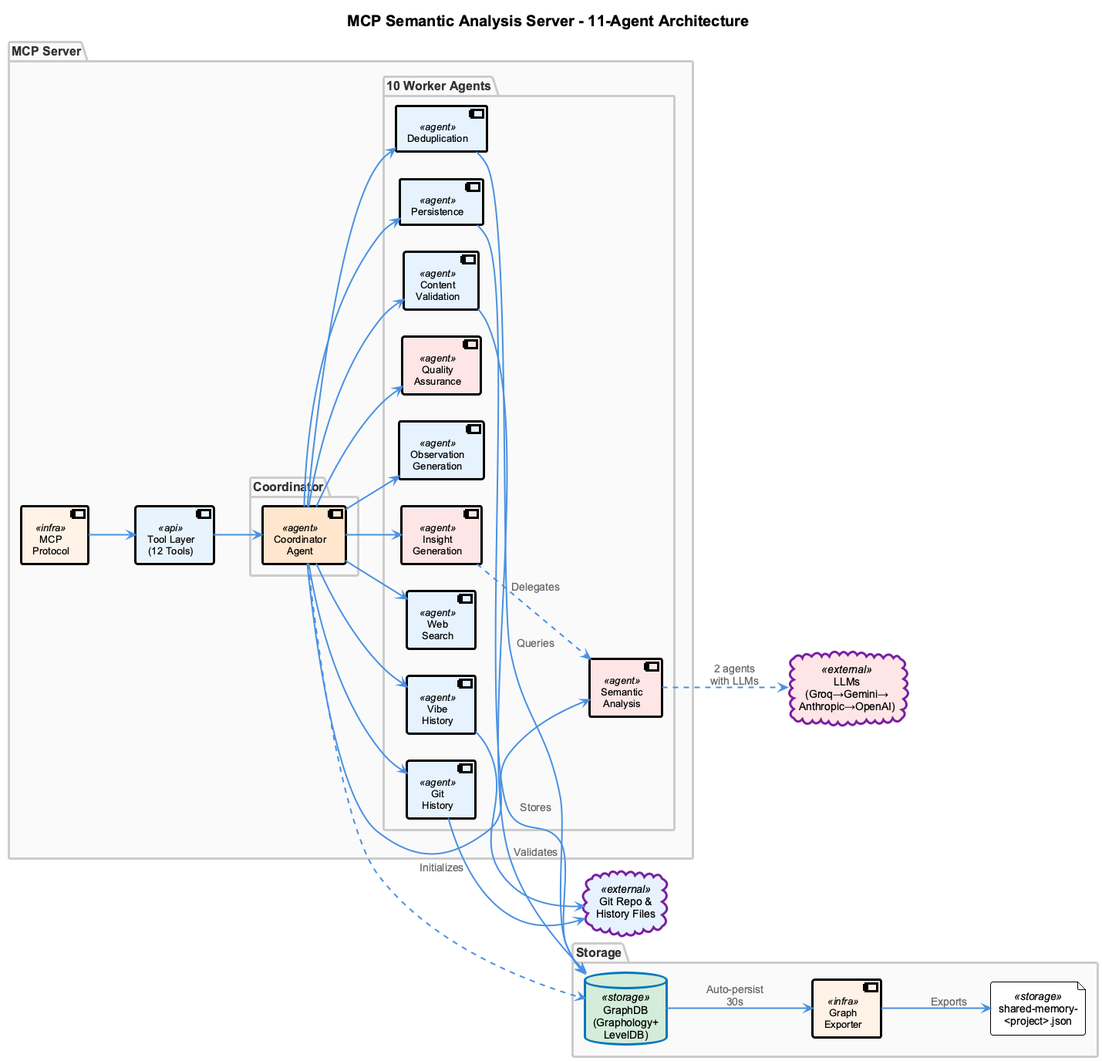
The PlantUML diagram docs/presentation/images/mcp-server-architecture.png in fwornle/coding, before a commit.
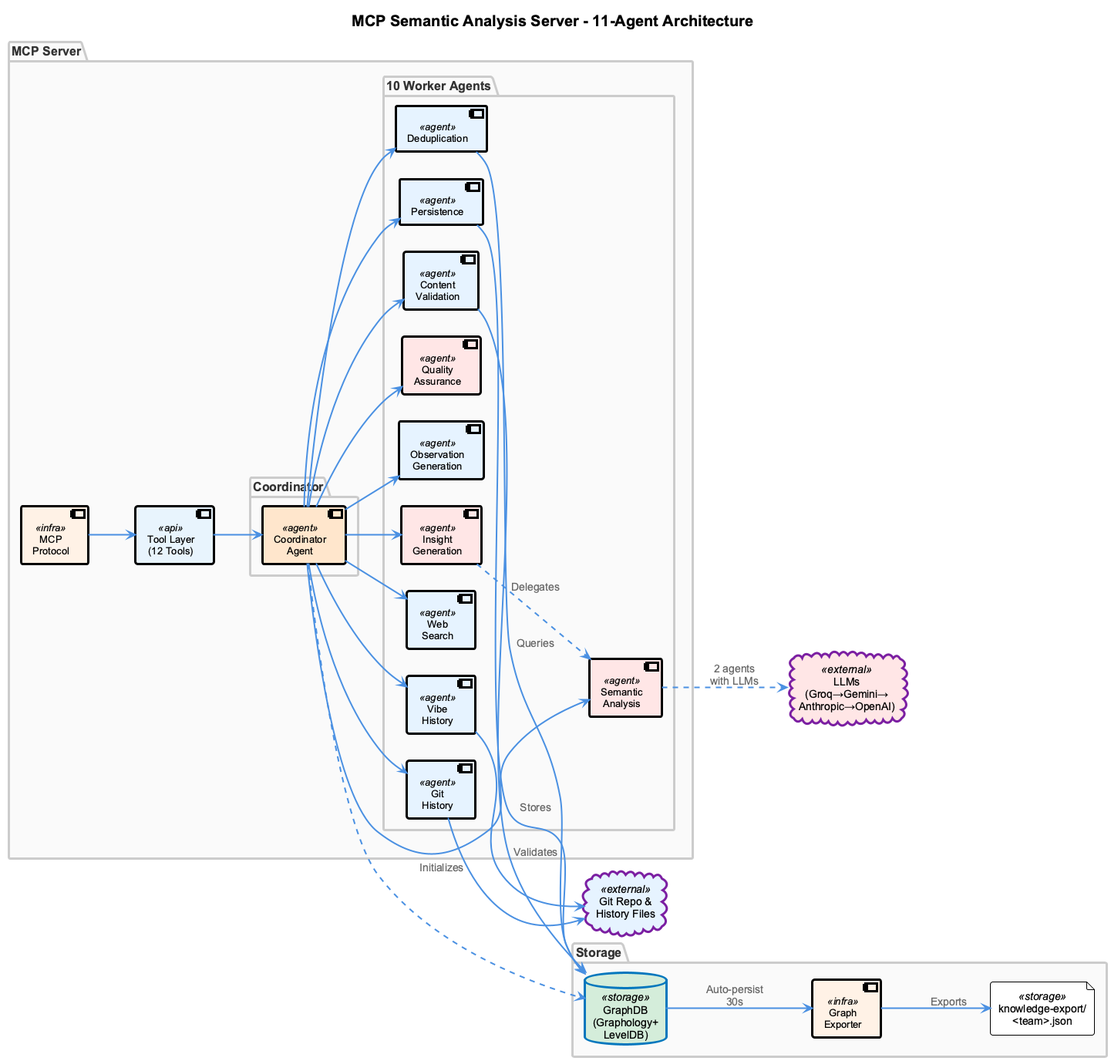
Later version of the same file.

Change to the diagram source:
```diff
@@ -38,7 +38,7 @@
 package "Storage" as STORAGE_PKG {
   database "GraphDB\n(Graphology+\nLevelDB)" as GRAPHDB <<storage>> #D4EDDA
   component "Graph\nExporter" as EXPORTER <<infra>>
-  file "shared-memory-\n<project>.json" as JSON <<storage>>
+  file "knowledge-export/\n<team>.json" as JSON <<storage>>
 }
 
 cloud "LLMs\n(Groq→Gemini→\nAnthropic→OpenAI)" as LLMS <<external>> #FFE6E6
```
